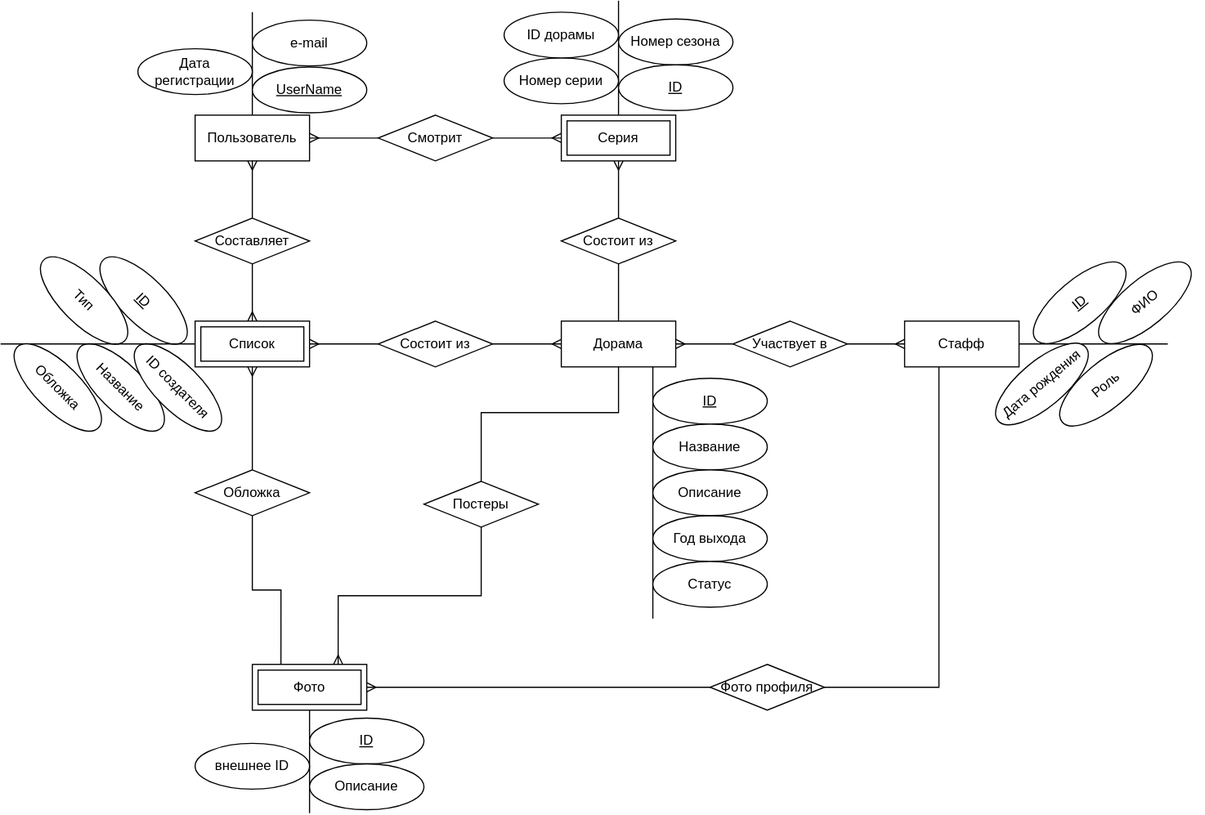
Earlier version of the draw.io export docs/img/er-diagram.svg (AskaryanKarine/DoramaSet). Source tidied: cells renumbered, new cells last; positions are measured from the earlier drawing's top-left corner, leaving out a move shared by most shapes.
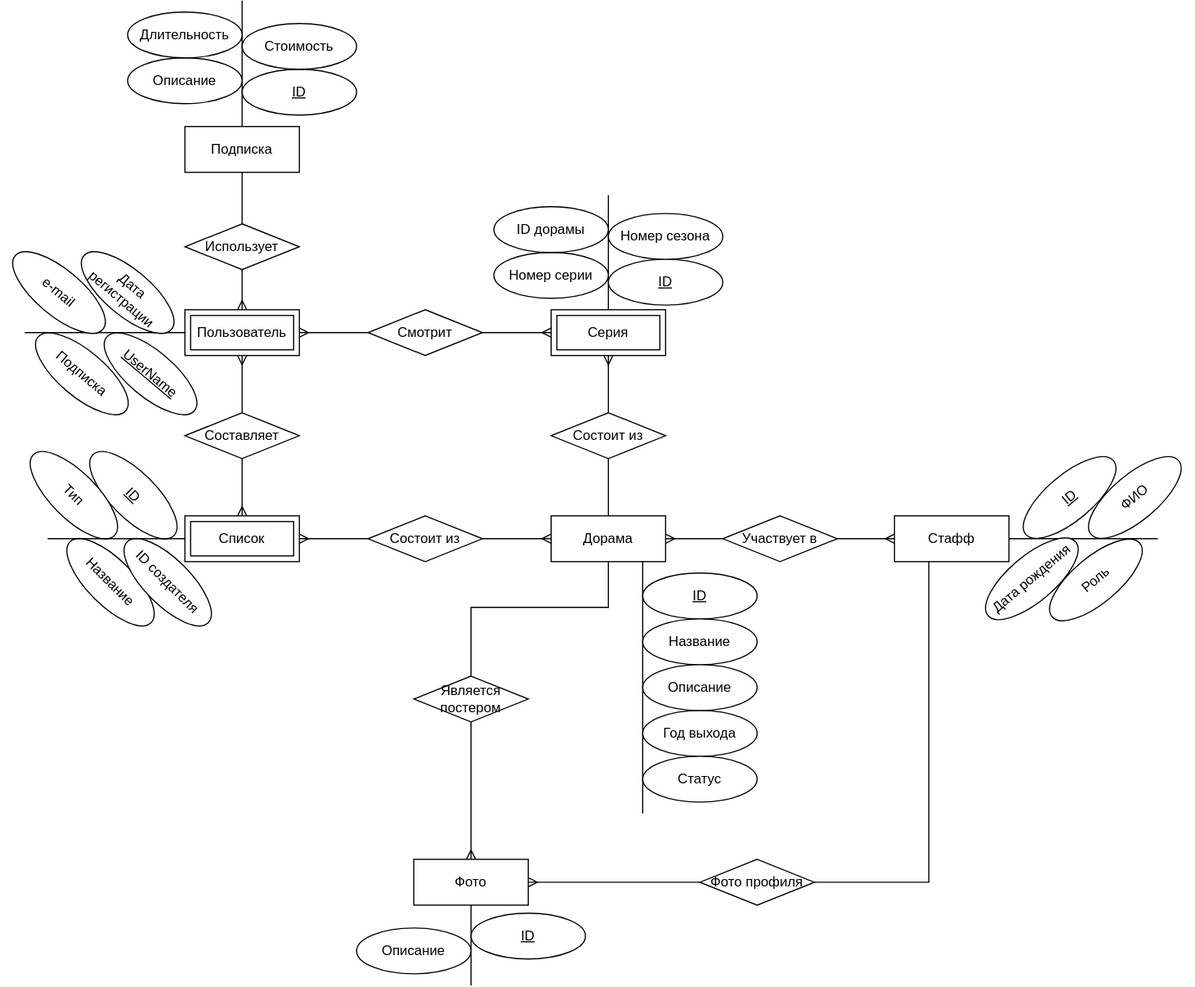
The same file after the commit.

Commit message:
fix use-case and finish er

What changed in the source:
```diff
@@ -5,14 +5,11 @@
     <mxCell id="2" style="edgeStyle=none;rounded=0;jettySize=auto;html=1;entryX=0.5;entryY=0;entryDx=0;entryDy=0;startArrow=none;startFill=0;endArrow=ERmany;endFill=0;exitX=0.5;exitY=1;exitDx=0;exitDy=0;" parent="1" edge="1" source="50" target="40">
       <mxGeometry relative="1" as="geometry" />
     </mxCell>
-    <mxCell id="3" style="edgeStyle=orthogonalEdgeStyle;rounded=0;jettySize=auto;html=1;exitX=0.5;exitY=0;exitDx=0;exitDy=0;endArrow=none;endFill=0;" parent="1" edge="1" source="4">
+    <mxCell id="3" style="edgeStyle=orthogonalEdgeStyle;rounded=0;jettySize=auto;html=1;exitX=0;exitY=0.5;exitDx=0;exitDy=0;endArrow=none;endFill=0;" parent="1" edge="1" source="4">
       <mxGeometry relative="1" as="geometry">
-        <mxPoint x="220" y="10" as="targetPoint" />
+        <mxPoint x="30" y="120" as="targetPoint" />
       </mxGeometry>
     </mxCell>
-    <mxCell id="4" value="Пользователь" style="whiteSpace=wrap;html=1;align=center;" parent="1" vertex="1">
-      <mxGeometry x="170" y="100" width="100" height="40" as="geometry" />
-    </mxCell>
     <mxCell id="5" style="edgeStyle=none;rounded=0;jettySize=auto;html=1;entryX=0;entryY=0.5;entryDx=0;entryDy=0;startArrow=none;startFill=0;endArrow=ERmany;endFill=0;" parent="1" edge="1" source="16" target="10">
       <mxGeometry relative="1" as="geometry" />
     </mxCell>
@@ -28,7 +25,7 @@
     <mxCell id="8" style="edgeStyle=orthogonalEdgeStyle;rounded=0;jettySize=auto;html=1;startArrow=none;startFill=0;endArrow=ERmany;endFill=0;" parent="1" edge="1" source="52" target="53">
       <mxGeometry relative="1" as="geometry" />
     </mxCell>
-    <mxCell id="9" style="rounded=0;jettySize=auto;html=1;entryX=0.75;entryY=0;entryDx=0;entryDy=0;startArrow=none;startFill=0;endArrow=ERmany;endFill=0;exitX=0.5;exitY=1;exitDx=0;exitDy=0;edgeStyle=orthogonalEdgeStyle;" parent="1" edge="1" source="58" target="42">
+    <mxCell id="9" style="rounded=0;jettySize=auto;html=1;entryX=0.5;entryY=0;entryDx=0;entryDy=0;startArrow=none;startFill=0;endArrow=ERmany;endFill=0;exitX=0.5;exitY=1;exitDx=0;exitDy=0;edgeStyle=orthogonalEdgeStyle;" parent="1" edge="1" source="58" target="42">
       <mxGeometry relative="1" as="geometry" />
     </mxCell>
     <mxCell id="10" value="Дорама" style="whiteSpace=wrap;html=1;align=center;" parent="1" vertex="1">
@@ -49,7 +46,7 @@
     <mxCell id="13" value="Стафф" style="whiteSpace=wrap;html=1;align=center;" parent="1" vertex="1">
       <mxGeometry x="790" y="280" width="100" height="40" as="geometry" />
     </mxCell>
-    <mxCell id="14" style="edgeStyle=none;rounded=0;jettySize=auto;html=1;entryX=0.5;entryY=0;entryDx=0;entryDy=0;startArrow=ERmany;startFill=0;endArrow=none;endFill=0;" parent="1" edge="1" source="4" target="50">
+    <mxCell id="14" style="edgeStyle=none;rounded=0;jettySize=auto;html=1;entryX=0.5;entryY=0;entryDx=0;entryDy=0;startArrow=ERmany;startFill=0;endArrow=none;endFill=0;exitX=0.5;exitY=1;exitDx=0;exitDy=0;" parent="1" edge="1" source="4" target="50">
       <mxGeometry relative="1" as="geometry" />
     </mxCell>
     <mxCell id="15" style="edgeStyle=none;rounded=0;jettySize=auto;html=1;entryX=0;entryY=0.5;entryDx=0;entryDy=0;startArrow=ERmany;startFill=0;endArrow=none;endFill=0;exitX=1;exitY=0.5;exitDx=0;exitDy=0;" parent="1" edge="1" source="40" target="16">
@@ -64,11 +61,11 @@
     <mxCell id="18" value="Участвует в" style="shape=rhombus;perimeter=rhombusPerimeter;whiteSpace=wrap;html=1;align=center;" parent="1" vertex="1">
       <mxGeometry x="640" y="280" width="100" height="40" as="geometry" />
     </mxCell>
-    <mxCell id="19" value="UserName" style="ellipse;whiteSpace=wrap;html=1;align=center;fontStyle=4;" parent="1" vertex="1">
-      <mxGeometry x="220" y="58" width="100" height="40" as="geometry" />
+    <mxCell id="19" value="UserName" style="ellipse;whiteSpace=wrap;html=1;align=center;fontStyle=4;rotation=40;" parent="1" vertex="1">
+      <mxGeometry x="90" y="136" width="100" height="40" as="geometry" />
     </mxCell>
-    <mxCell id="20" value="Дата регистрации" style="ellipse;whiteSpace=wrap;html=1;align=center;" parent="1" vertex="1">
-      <mxGeometry x="120" y="42" width="100" height="40" as="geometry" />
+    <mxCell id="20" value="Дата регистрации" style="ellipse;whiteSpace=wrap;html=1;align=center;rotation=40;" parent="1" vertex="1">
+      <mxGeometry x="70" y="65" width="100" height="40" as="geometry" />
     </mxCell>
     <mxCell id="21" value="ID" style="ellipse;whiteSpace=wrap;html=1;align=center;fontStyle=4;rotation=45;" parent="1" vertex="1">
       <mxGeometry x="75" y="242" width="100" height="40" as="geometry" />
@@ -114,7 +111,7 @@
         <mxPoint x="540" as="targetPoint" />
       </mxGeometry>
     </mxCell>
-    <mxCell id="35" style="edgeStyle=orthogonalEdgeStyle;rounded=0;jettySize=auto;html=1;entryX=0;entryY=0.5;entryDx=0;entryDy=0;startArrow=ERmany;startFill=0;endArrow=none;endFill=0;" parent="1" edge="1" source="4" target="37">
+    <mxCell id="35" style="edgeStyle=orthogonalEdgeStyle;rounded=0;jettySize=auto;html=1;entryX=0;entryY=0.5;entryDx=0;entryDy=0;startArrow=ERmany;startFill=0;endArrow=none;endFill=0;exitX=1;exitY=0.5;exitDx=0;exitDy=0;" parent="1" edge="1" source="4" target="37">
       <mxGeometry relative="1" as="geometry" />
     </mxCell>
     <mxCell id="36" style="edgeStyle=orthogonalEdgeStyle;rounded=0;jettySize=auto;html=1;startArrow=none;startFill=0;endArrow=ERmany;endFill=0;entryX=0;entryY=0.5;entryDx=0;entryDy=0;" parent="1" edge="1" source="37" target="53">
@@ -125,31 +122,28 @@
     </mxCell>
     <mxCell id="38" style="edgeStyle=orthogonalEdgeStyle;rounded=0;jettySize=auto;html=1;startArrow=none;startFill=0;endArrow=none;endFill=0;" parent="1" edge="1" source="40">
       <mxGeometry relative="1" as="geometry">
-        <mxPoint y="300" as="targetPoint" />
+        <mxPoint x="50" y="300" as="targetPoint" />
       </mxGeometry>
     </mxCell>
-    <mxCell id="39" style="rounded=0;jettySize=auto;html=1;entryX=0.5;entryY=0;entryDx=0;entryDy=0;startArrow=ERmany;startFill=0;endArrow=none;endFill=0;" parent="1" edge="1" source="40" target="56">
-      <mxGeometry relative="1" as="geometry" />
-    </mxCell>
     <mxCell id="40" value="Список" style="shape=ext;margin=3;double=1;whiteSpace=wrap;html=1;align=center;" parent="1" vertex="1">
       <mxGeometry x="170" y="280" width="100" height="40" as="geometry" />
     </mxCell>
     <mxCell id="41" style="edgeStyle=orthogonalEdgeStyle;rounded=0;jettySize=auto;html=1;startArrow=none;startFill=0;endArrow=none;endFill=0;entryX=0.5;entryY=1;entryDx=0;entryDy=0;" parent="1" edge="1" target="42">
       <mxGeometry relative="1" as="geometry">
-        <mxPoint x="270" y="710" as="sourcePoint" />
+        <mxPoint x="420" y="690" as="sourcePoint" />
       </mxGeometry>
     </mxCell>
-    <mxCell id="42" value="Фото" style="shape=ext;margin=3;double=1;whiteSpace=wrap;html=1;align=center;" parent="1" vertex="1">
-      <mxGeometry x="220" y="580" width="100" height="40" as="geometry" />
+    <mxCell id="42" value="Фото" style="shape=ext;margin=3;double=0;whiteSpace=wrap;html=1;align=center;" parent="1" vertex="1">
+      <mxGeometry x="370" y="580" width="100" height="40" as="geometry" />
     </mxCell>
     <mxCell id="43" value="ID" style="ellipse;whiteSpace=wrap;html=1;align=center;fontStyle=4;" parent="1" vertex="1">
-      <mxGeometry x="270" y="627" width="100" height="40" as="geometry" />
+      <mxGeometry x="420" y="627" width="100" height="40" as="geometry" />
     </mxCell>
     <mxCell id="44" value="Описание" style="ellipse;whiteSpace=wrap;html=1;align=center;" parent="1" vertex="1">
-      <mxGeometry x="270" y="667" width="100" height="40" as="geometry" />
+      <mxGeometry x="320" y="640" width="100" height="40" as="geometry" />
     </mxCell>
-    <mxCell id="45" value="e-mail" style="ellipse;whiteSpace=wrap;html=1;align=center;" parent="1" vertex="1">
-      <mxGeometry x="220" y="17" width="100" height="40" as="geometry" />
+    <mxCell id="45" value="e-mail" style="ellipse;whiteSpace=wrap;html=1;align=center;rotation=40;" parent="1" vertex="1">
+      <mxGeometry x="10" y="65" width="100" height="40" as="geometry" />
     </mxCell>
     <mxCell id="46" value="ID" style="ellipse;whiteSpace=wrap;html=1;align=center;fontStyle=4;" parent="1" vertex="1">
       <mxGeometry x="540" y="56" width="100" height="40" as="geometry" />
@@ -160,9 +154,6 @@
     <mxCell id="48" value="Номер серии" style="ellipse;whiteSpace=wrap;html=1;align=center;" parent="1" vertex="1">
       <mxGeometry x="440" y="50" width="100" height="40" as="geometry" />
     </mxCell>
-    <mxCell id="49" value="внешнее ID" style="ellipse;whiteSpace=wrap;html=1;align=center;" parent="1" vertex="1">
-      <mxGeometry x="170" y="649" width="100" height="40" as="geometry" />
-    </mxCell>
     <mxCell id="50" value="Составляет" style="shape=rhombus;perimeter=rhombusPerimeter;whiteSpace=wrap;html=1;align=center;" parent="1" vertex="1">
       <mxGeometry x="170" y="190" width="100" height="40" as="geometry" />
     </mxCell>
@@ -178,12 +169,6 @@
     <mxCell id="54" value="ID дорамы" style="ellipse;whiteSpace=wrap;html=1;align=center;" parent="1" vertex="1">
       <mxGeometry x="440" y="10" width="100" height="40" as="geometry" />
     </mxCell>
-    <mxCell id="55" style="edgeStyle=orthogonalEdgeStyle;rounded=0;jettySize=auto;html=1;entryX=0.25;entryY=0;entryDx=0;entryDy=0;startArrow=none;startFill=0;endArrow=none;endFill=0;" parent="1" edge="1" source="56" target="42">
-      <mxGeometry relative="1" as="geometry" />
-    </mxCell>
-    <mxCell id="56" value="Обложка" style="shape=rhombus;perimeter=rhombusPerimeter;whiteSpace=wrap;html=1;align=center;" parent="1" vertex="1">
-      <mxGeometry x="170" y="410" width="100" height="40" as="geometry" />
-    </mxCell>
     <mxCell id="57" style="rounded=0;jettySize=auto;html=1;entryX=0.5;entryY=0;entryDx=0;entryDy=0;startArrow=none;startFill=0;endArrow=none;endFill=0;edgeStyle=orthogonalEdgeStyle;" parent="1" edge="1" source="10" target="58">
       <mxGeometry relative="1" as="geometry">
         <Array as="points">
@@ -192,14 +177,46 @@
         </Array>
       </mxGeometry>
     </mxCell>
-    <mxCell id="58" value="Постеры" style="shape=rhombus;perimeter=rhombusPerimeter;whiteSpace=wrap;html=1;align=center;" parent="1" vertex="1">
+    <mxCell id="58" value="Является постером" style="shape=rhombus;perimeter=rhombusPerimeter;whiteSpace=wrap;html=1;align=center;" parent="1" vertex="1">
       <mxGeometry x="370" y="420" width="100" height="40" as="geometry" />
     </mxCell>
     <mxCell id="59" value="Фото профиля" style="shape=rhombus;perimeter=rhombusPerimeter;whiteSpace=wrap;html=1;align=center;" parent="1" vertex="1">
       <mxGeometry x="620" y="580" width="100" height="40" as="geometry" />
     </mxCell>
-    <mxCell id="60" value="Обложка" style="ellipse;whiteSpace=wrap;html=1;align=center;rotation=45;" parent="1" vertex="1">
-      <mxGeometry y="318" width="100" height="40" as="geometry" />
-    </mxCell>
+    <mxCell id="61" value="Подписка" style="ellipse;whiteSpace=wrap;html=1;align=center;rotation=40;" parent="1" vertex="1">
+      <mxGeometry x="30" y="136" width="100" height="40" as="geometry" />
+    </mxCell>
+    <mxCell id="62" style="edgeStyle=none;rounded=0;jettySize=auto;html=1;entryX=0.5;entryY=1;entryDx=0;entryDy=0;endArrow=none;endFill=0;startArrow=none;" parent="1" edge="1" source="66" target="64">
+      <mxGeometry relative="1" as="geometry" />
+    </mxCell>
+    <mxCell id="4" value="Пользователь" style="shape=ext;margin=3;double=1;whiteSpace=wrap;html=1;align=center;" parent="1" vertex="1">
+      <mxGeometry x="170" y="100" width="100" height="40" as="geometry" />
+    </mxCell>
+    <mxCell id="63" style="edgeStyle=none;rounded=0;jettySize=auto;html=1;startArrow=none;startFill=0;endArrow=none;endFill=0;" parent="1" edge="1" source="64">
+      <mxGeometry relative="1" as="geometry">
+        <mxPoint x="220" y="-170" as="targetPoint" />
+      </mxGeometry>
+    </mxCell>
+    <mxCell id="64" value="Подписка" style="whiteSpace=wrap;html=1;align=center;" parent="1" vertex="1">
+      <mxGeometry x="170" y="-60" width="100" height="40" as="geometry" />
+    </mxCell>
+    <mxCell id="65" style="edgeStyle=none;rounded=0;jettySize=auto;html=1;entryX=0.5;entryY=1;entryDx=0;entryDy=0;endArrow=none;endFill=0;startArrow=ERmany;startFill=0;" parent="1" edge="1" source="4" target="66">
+      <mxGeometry relative="1" as="geometry" />
+    </mxCell>
+    <mxCell id="66" value="Использует" style="shape=rhombus;perimeter=rhombusPerimeter;whiteSpace=wrap;html=1;align=center;" parent="1" vertex="1">
+      <mxGeometry x="170" y="25" width="100" height="40" as="geometry" />
+    </mxCell>
+    <mxCell id="67" value="ID" style="ellipse;whiteSpace=wrap;html=1;align=center;fontStyle=4;" parent="1" vertex="1">
+      <mxGeometry x="220" y="-110" width="100" height="40" as="geometry" />
+    </mxCell>
+    <mxCell id="68" value="Описание" style="ellipse;whiteSpace=wrap;html=1;align=center;" parent="1" vertex="1">
+      <mxGeometry x="120" y="-120" width="100" height="40" as="geometry" />
+    </mxCell>
+    <mxCell id="69" value="Стоимость" style="ellipse;whiteSpace=wrap;html=1;align=center;" parent="1" vertex="1">
+      <mxGeometry x="220" y="-150" width="100" height="40" as="geometry" />
+    </mxCell>
+    <mxCell id="70" value="Длительность" style="ellipse;whiteSpace=wrap;html=1;align=center;" parent="1" vertex="1">
+      <mxGeometry x="120" y="-160" width="100" height="40" as="geometry" />
+    </mxCell>
   </root>
 </mxGraphModel>
```
